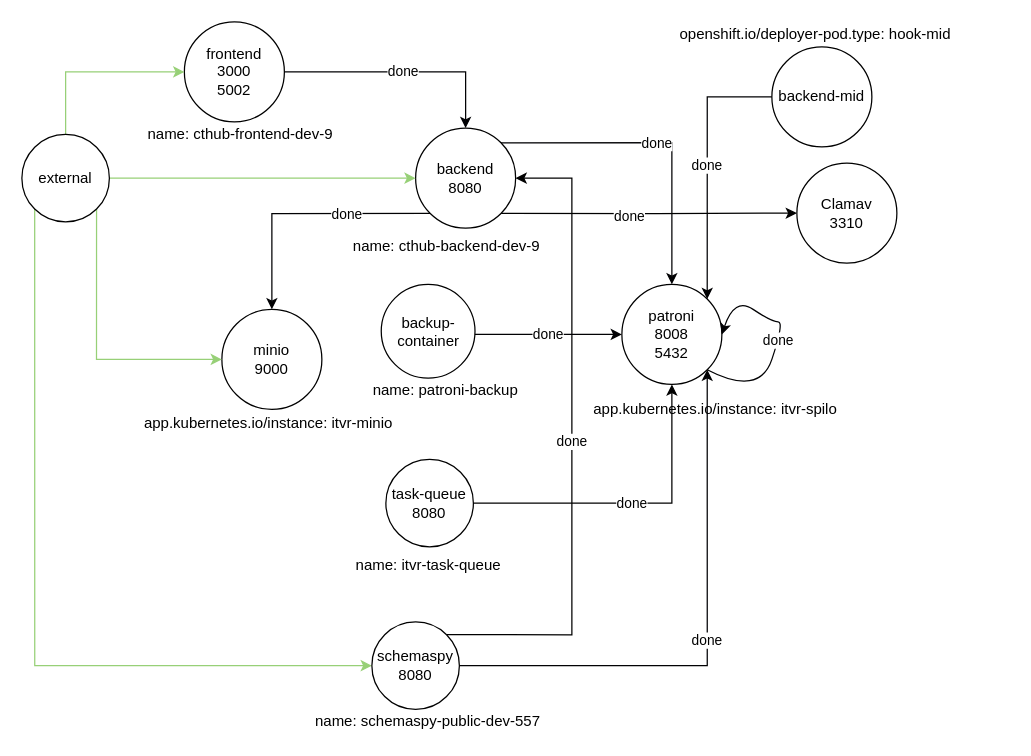
This is openshift/templates/knp/knp-diagram.drawio from bcgov/itvr, a draw.io file, before an edit. Source tidied: cells renumbered, new cells numbered last; positions are measured from the earlier drawing's top-left corner, leaving out a move shared by most shapes. Both pictures are drawn from the tidied source at 125%, with x=0, y=0 at pixel (21, 21).
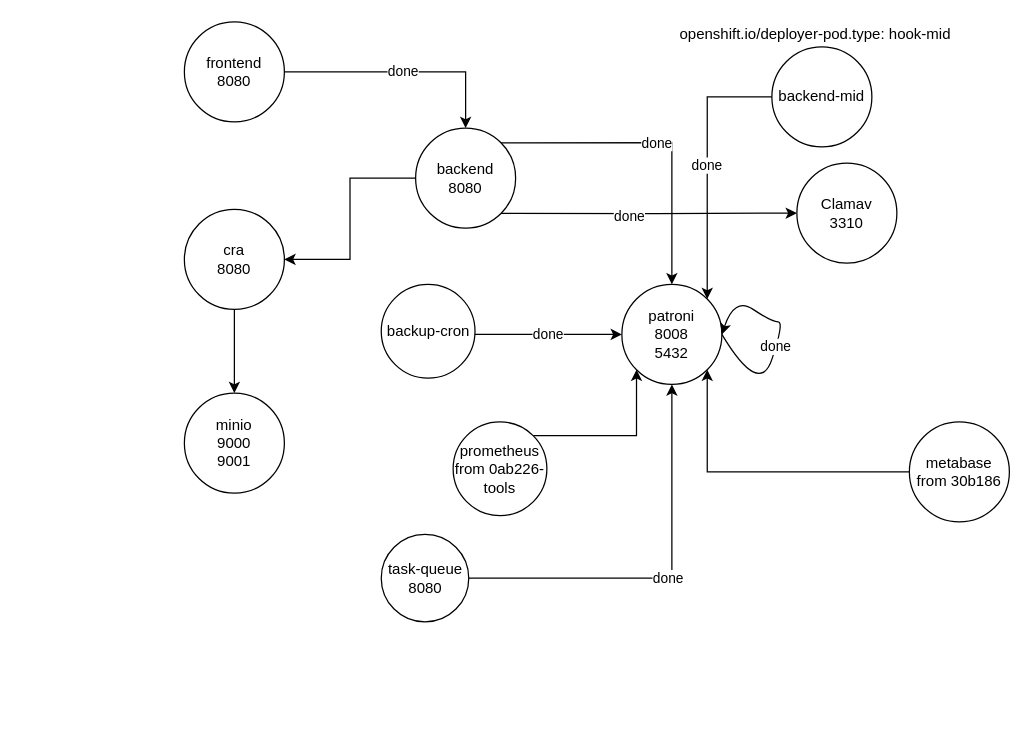
The same diagram, later.

Unchanged cells that the change refers to:
```xml
<mxCell id="9" value="backend&lt;br&gt;8080" style="ellipse;whiteSpace=wrap;html=1;" parent="1" vertex="1">
  <mxGeometry x="315" y="85" width="80" height="80" as="geometry" />
</mxCell>
<mxCell id="10" value="patroni&lt;br&gt;8008&lt;br&gt;5432" style="ellipse;whiteSpace=wrap;html=1;" parent="1" vertex="1">
  <mxGeometry x="480" y="210" width="80" height="80" as="geometry" />
</mxCell>
```

The edit, as a diff of the source:
```diff
@@
-    <mxCell id="3" value="frontend&lt;br&gt;3000&lt;br&gt;5002" style="ellipse;whiteSpace=wrap;html=1;" parent="1" vertex="1">
+    <mxCell id="3" value="frontend&lt;br&gt;8080" style="ellipse;whiteSpace=wrap;html=1;" parent="1" vertex="1">
       <mxGeometry x="130" width="80" height="80" as="geometry" />
     </mxCell>
-    <mxCell id="4" style="edgeStyle=orthogonalEdgeStyle;rounded=0;jettySize=auto;html=1;exitX=0;exitY=1;exitDx=0;exitDy=0;strokeColor=#010103;" parent="1" edge="1" source="9" target="14">
-      <mxGeometry relative="1" as="geometry" />
-    </mxCell>
-    <mxCell id="5" value="done" style="edgeLabel;html=1;align=center;verticalAlign=middle;" parent="4" vertex="1">
-      <mxGeometry x="-0.34" relative="1" as="geometry" />
-    </mxCell>
@@
+    <mxCell id="36" style="edgeStyle=orthogonalEdgeStyle;rounded=0;jettySize=auto;html=1;exitX=0;exitY=0.5;exitDx=0;exitDy=0;entryX=1;entryY=0.5;entryDx=0;entryDy=0;" parent="1" edge="1" source="9" target="38">
+      <mxGeometry relative="1" as="geometry" />
+    </mxCell>
@@
-    <mxCell id="12" value="done" style="edgeStyle=orthogonalEdgeStyle;rounded=0;jettySize=auto;html=1;exitX=1;exitY=0;exitDx=0;exitDy=0;entryX=1;entryY=0.5;entryDx=0;entryDy=0;" parent="1" edge="1" source="24" target="9">
-      <mxGeometry relative="1" as="geometry">
-        <Array as="points">
-          <mxPoint x="440" y="490" />
-          <mxPoint x="440" y="125" />
-        </Array>
-      </mxGeometry>
-    </mxCell>
-    <mxCell id="13" value="backup-container" style="ellipse;whiteSpace=wrap;html=1;" parent="1" vertex="1">
+    <mxCell id="13" value="backup-cron" style="ellipse;whiteSpace=wrap;html=1;" parent="1" vertex="1">
       <mxGeometry x="287.5" y="210" width="75" height="75" as="geometry" />
     </mxCell>
-    <mxCell id="14" value="minio&lt;br&gt;9000" style="ellipse;whiteSpace=wrap;html=1;" parent="1" vertex="1">
-      <mxGeometry x="160" y="230" width="80" height="80" as="geometry" />
+    <mxCell id="14" value="minio&lt;br&gt;9000&lt;div&gt;9001&lt;/div&gt;" style="ellipse;whiteSpace=wrap;html=1;" parent="1" vertex="1">
+      <mxGeometry x="130" y="297" width="80" height="80" as="geometry" />
     </mxCell>
-    <mxCell id="15" style="edgeStyle=orthogonalEdgeStyle;rounded=0;jettySize=auto;html=1;entryX=0;entryY=0.5;entryDx=0;entryDy=0;strokeColor=#97D077;" parent="1" edge="1" source="19" target="9">
-      <mxGeometry relative="1" as="geometry" />
-    </mxCell>
-    <mxCell id="16" style="edgeStyle=orthogonalEdgeStyle;rounded=0;jettySize=auto;html=1;exitX=1;exitY=1;exitDx=0;exitDy=0;entryX=0;entryY=0.5;entryDx=0;entryDy=0;strokeColor=#97D077;" parent="1" edge="1" source="19" target="14">
-      <mxGeometry relative="1" as="geometry">
-        <Array as="points">
-          <mxPoint x="60" y="270" />
-        </Array>
-      </mxGeometry>
-    </mxCell>
-    <mxCell id="17" style="edgeStyle=orthogonalEdgeStyle;rounded=0;jettySize=auto;html=1;exitX=0;exitY=1;exitDx=0;exitDy=0;entryX=0;entryY=0.5;entryDx=0;entryDy=0;strokeColor=#97D077;" parent="1" edge="1" source="19" target="24">
-      <mxGeometry relative="1" as="geometry">
-        <Array as="points">
-          <mxPoint x="10" y="515" />
-        </Array>
-      </mxGeometry>
-    </mxCell>
-    <mxCell id="18" style="edgeStyle=orthogonalEdgeStyle;rounded=0;jettySize=auto;html=1;entryX=0;entryY=0.5;entryDx=0;entryDy=0;strokeColor=#97D077;" parent="1" edge="1" source="19" target="3">
-      <mxGeometry relative="1" as="geometry">
-        <Array as="points">
-          <mxPoint x="35" y="40" />
-        </Array>
-      </mxGeometry>
-    </mxCell>
-    <mxCell id="19" value="external" style="ellipse;whiteSpace=wrap;html=1;" parent="1" vertex="1">
-      <mxGeometry y="90" width="70" height="70" as="geometry" />
-    </mxCell>
-    <mxCell id="20" value="done" style="curved=1;endArrow=classic;html=1;exitX=1;exitY=1;exitDx=0;exitDy=0;entryX=1;entryY=0.5;entryDx=0;entryDy=0;strokeColor=#010103;" parent="1" edge="1" source="10" target="10">
+    <mxCell id="20" value="done" style="curved=1;endArrow=classic;html=1;exitX=1;exitY=0.5;exitDx=0;exitDy=0;entryX=1;entryY=0.5;entryDx=0;entryDy=0;strokeColor=#010103;" parent="1" edge="1" source="10" target="10">
       <mxGeometry relative="1" as="geometry">
         <Array as="points">
           <mxPoint x="590" y="300" />
           <mxPoint x="610" y="240" />
           <mxPoint x="600" y="240" />
           <mxPoint x="570" y="220" />
         </Array>
       </mxGeometry>
     </mxCell>
@@
-    <mxCell id="23" value="done" style="edgeStyle=orthogonalEdgeStyle;rounded=0;jettySize=auto;html=1;entryX=1;entryY=1;entryDx=0;entryDy=0;strokeColor=#010103;" parent="1" edge="1" source="24" target="10">
-      <mxGeometry relative="1" as="geometry" />
-    </mxCell>
-    <mxCell id="24" value="schemaspy&lt;br&gt;8080" style="ellipse;whiteSpace=wrap;html=1;" parent="1" vertex="1">
-      <mxGeometry x="280" y="480" width="70" height="70" as="geometry" />
-    </mxCell>
-    <mxCell id="25" value="app.kubernetes.io/instance: itvr-minio" style="text;html=1;strokeColor=none;fillColor=none;align=center;verticalAlign=middle;whiteSpace=wrap;rounded=0;" parent="1" vertex="1">
-      <mxGeometry x="90" y="310" width="215" height="22.5" as="geometry" />
-    </mxCell>
-    <mxCell id="26" value="name: cthub-backend-dev-9" style="text;html=1;strokeColor=none;fillColor=none;align=center;verticalAlign=middle;whiteSpace=wrap;rounded=0;" parent="1" vertex="1">
-      <mxGeometry x="250" y="170" width="180" height="20" as="geometry" />
-    </mxCell>
-    <mxCell id="27" value="app.kubernetes.io/instance: itvr-spilo" style="text;html=1;strokeColor=none;fillColor=none;align=center;verticalAlign=middle;whiteSpace=wrap;rounded=0;" parent="1" vertex="1">
-      <mxGeometry x="450" y="300" width="210" height="20" as="geometry" />
-    </mxCell>
-    <mxCell id="28" value="&amp;nbsp;name: patroni-backup" style="text;html=1;strokeColor=none;fillColor=none;align=center;verticalAlign=middle;whiteSpace=wrap;rounded=0;" parent="1" vertex="1">
-      <mxGeometry x="270" y="285" width="135" height="20" as="geometry" />
-    </mxCell>
-    <mxCell id="29" value="name: schemaspy-public-dev-557" style="text;html=1;strokeColor=none;fillColor=none;align=center;verticalAlign=middle;whiteSpace=wrap;rounded=0;" parent="1" vertex="1">
-      <mxGeometry x="230" y="550" width="190" height="20" as="geometry" />
-    </mxCell>
-    <mxCell id="30" value="name: cthub-frontend-dev-9" style="text;html=1;strokeColor=none;fillColor=none;align=center;verticalAlign=middle;whiteSpace=wrap;rounded=0;" parent="1" vertex="1">
-      <mxGeometry x="90" y="80" width="170" height="20" as="geometry" />
-    </mxCell>
@@
     <mxCell id="33" value="task-queue&lt;br&gt;8080" style="ellipse;whiteSpace=wrap;html=1;" parent="1" vertex="1">
-      <mxGeometry x="291.2" y="350" width="70" height="70" as="geometry" />
+      <mxGeometry x="287.5" y="410" width="70" height="70" as="geometry" />
     </mxCell>
-    <mxCell id="34" value="name:&amp;nbsp;itvr-task-queue" style="text;html=1;strokeColor=none;fillColor=none;align=center;verticalAlign=middle;whiteSpace=wrap;rounded=0;" parent="1" vertex="1">
-      <mxGeometry x="263.8" y="420" width="122.5" height="30" as="geometry" />
-    </mxCell>
@@
+    <mxCell id="37" style="edgeStyle=orthogonalEdgeStyle;rounded=0;jettySize=auto;html=1;" parent="1" edge="1" source="38" target="14">
+      <mxGeometry relative="1" as="geometry" />
+    </mxCell>
+    <mxCell id="38" value="cra&lt;br&gt;8080" style="ellipse;whiteSpace=wrap;html=1;" parent="1" vertex="1">
+      <mxGeometry x="130" y="150" width="80" height="80" as="geometry" />
+    </mxCell>
+    <mxCell id="39" style="edgeStyle=orthogonalEdgeStyle;rounded=0;jettySize=auto;html=1;entryX=1;entryY=1;entryDx=0;entryDy=0;" parent="1" edge="1" source="40" target="10">
+      <mxGeometry relative="1" as="geometry" />
+    </mxCell>
+    <mxCell id="40" value="metabase&lt;div&gt;from 30b186&lt;/div&gt;" style="ellipse;whiteSpace=wrap;html=1;" parent="1" vertex="1">
+      <mxGeometry x="710" y="320" width="80" height="80" as="geometry" />
+    </mxCell>
+    <mxCell id="41" style="edgeStyle=orthogonalEdgeStyle;rounded=0;jettySize=auto;html=1;exitX=1;exitY=0;exitDx=0;exitDy=0;entryX=0;entryY=1;entryDx=0;entryDy=0;" parent="1" edge="1" source="42" target="10">
+      <mxGeometry relative="1" as="geometry" />
+    </mxCell>
+    <mxCell id="42" value="prometheus from 0ab226-tools" style="ellipse;whiteSpace=wrap;html=1;" parent="1" vertex="1">
+      <mxGeometry x="345" y="320" width="75" height="75" as="geometry" />
+    </mxCell>
```
